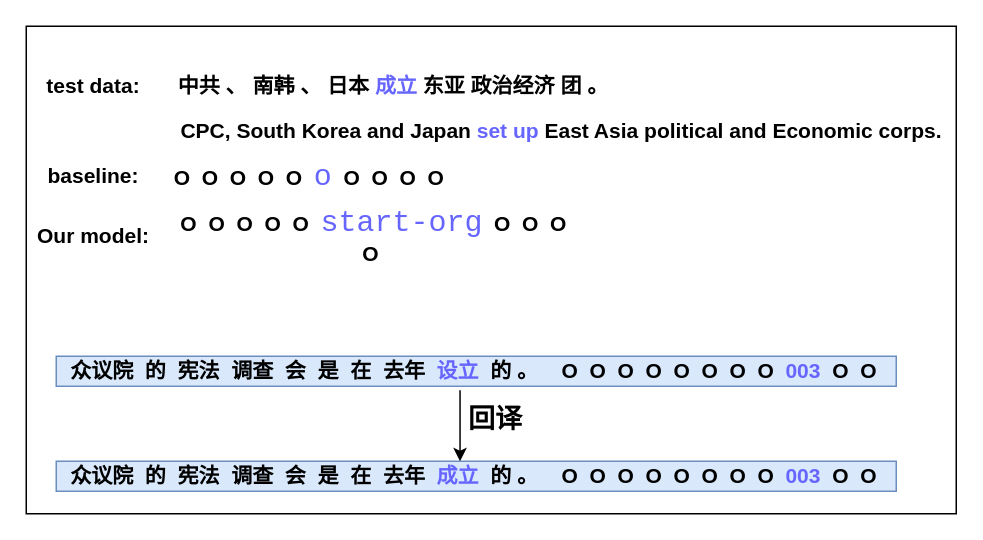
The draw.io diagram text_trigger.drawio in gitofding/first_repository, before the edit. Source tidied: cells renumbered, new cells numbered last; positions are measured from the earlier drawing's top-left corner, leaving out a move shared by most shapes. Both pictures are drawn from the tidied source at 150%, with x=0, y=0 at pixel (26, 26).
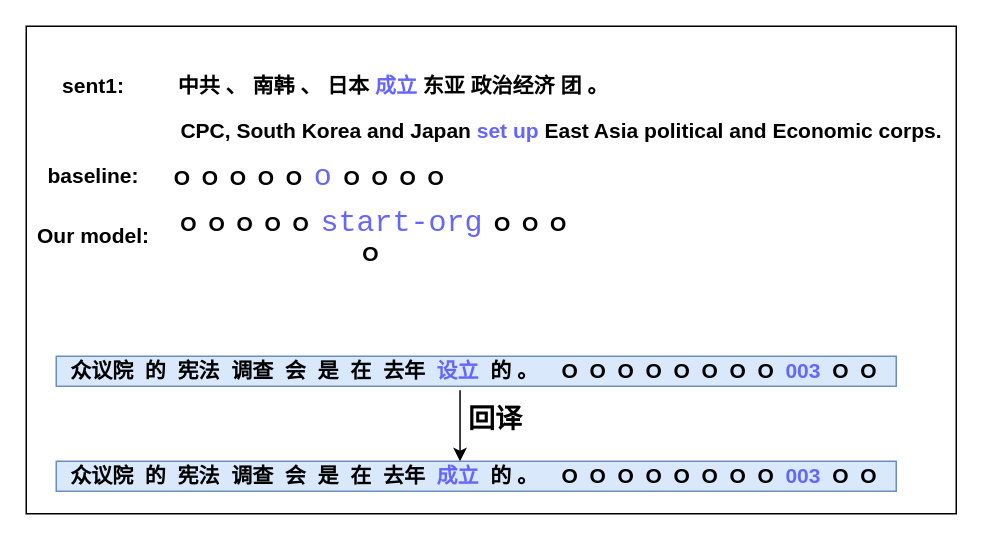
The same page after the edit.

Diff of the diagram source:
```diff
@@
 <mxGraphModel>
   <root>
     <mxCell id="0" />
     <mxCell id="1" parent="0" />
     <mxCell id="2" style="rounded=0;whiteSpace=wrap;html=1;" parent="1" vertex="1">
       <mxGeometry width="620" height="325" as="geometry" />
     </mxCell>
     <mxCell id="3" value="&lt;span style=&quot;font-size: 14px&quot;&gt;&lt;b&gt;中共 、 南韩 、 日本 &lt;font color=&quot;#6666ff&quot; style=&quot;background-color: rgb(255 , 255 , 255)&quot;&gt;成立&lt;/font&gt; 东亚 政治经济 团 。&lt;span&gt; &lt;/span&gt;&lt;/b&gt;&lt;/span&gt;" style="text;html=1;align=center;verticalAlign=middle;whiteSpace=wrap;rounded=0;" parent="1" vertex="1">
       <mxGeometry x="100" y="30" width="290" height="20" as="geometry" />
     </mxCell>
     <mxCell id="4" value="&lt;b style=&quot;font-size: 14px&quot;&gt;&lt;span&gt;&amp;nbsp;&lt;/span&gt;&amp;nbsp;O&amp;nbsp; O&amp;nbsp; O&amp;nbsp; O&amp;nbsp; O&amp;nbsp; &lt;/b&gt;&lt;font face=&quot;consolas, monospace&quot; color=&quot;#6666ff&quot;&gt;&lt;span style=&quot;font-size: 20px ; background-color: rgb(255 , 255 , 255)&quot;&gt;o&lt;/span&gt;&lt;/font&gt;&lt;b style=&quot;font-size: 14px&quot;&gt;&amp;nbsp; O&amp;nbsp; O&amp;nbsp; O&amp;nbsp; O&lt;/b&gt;" style="text;html=1;align=center;verticalAlign=middle;whiteSpace=wrap;rounded=0;" parent="1" vertex="1">
       <mxGeometry x="90" y="90" width="190" height="20" as="geometry" />
     </mxCell>
     <mxCell id="5" value="&lt;span style=&quot;font-size: 14px&quot;&gt;&lt;b&gt;&lt;span&gt;&amp;nbsp;&lt;/span&gt;&amp;nbsp;O&amp;nbsp; O&amp;nbsp; O&amp;nbsp; O&amp;nbsp; O&amp;nbsp;&amp;nbsp;&lt;/b&gt;&lt;/span&gt;&lt;span style=&quot;background-color: rgb(255 , 255 , 255) ; font-family: &amp;#34;consolas&amp;#34; , monospace ; font-size: 15pt&quot;&gt;&lt;font color=&quot;#6666ff&quot;&gt;start-org&lt;/font&gt;&lt;/span&gt;&lt;b style=&quot;font-size: 14px&quot;&gt;&amp;nbsp; O&amp;nbsp; O&amp;nbsp; O&amp;nbsp; O&lt;/b&gt;" style="text;html=1;align=center;verticalAlign=middle;whiteSpace=wrap;rounded=0;" parent="1" vertex="1">
       <mxGeometry x="90" y="130" width="280" height="20" as="geometry" />
     </mxCell>
     <mxCell id="6" value="&lt;b style=&quot;font-size: 14px&quot;&gt;众议院&amp;nbsp; 的&amp;nbsp; 宪法&amp;nbsp; 调查&amp;nbsp; 会&amp;nbsp; 是&amp;nbsp; 在&amp;nbsp; 去年&amp;nbsp; &lt;font color=&quot;#6666ff&quot;&gt;成立&amp;nbsp;&lt;/font&gt; 的 。&amp;nbsp;&amp;nbsp;&amp;nbsp; O&amp;nbsp; O&amp;nbsp; O&amp;nbsp; O&amp;nbsp; O&amp;nbsp; O&amp;nbsp; O&amp;nbsp; O&amp;nbsp;&amp;nbsp;&lt;font color=&quot;#6666ff&quot;&gt;003&amp;nbsp;&lt;/font&gt; O&amp;nbsp; O&amp;nbsp;&lt;/b&gt;" style="text;html=1;align=center;verticalAlign=middle;strokeColor=#6c8ebf;fillColor=#dae8fc;" parent="1" vertex="1">
       <mxGeometry x="20" y="290" width="560" height="20" as="geometry" />
     </mxCell>
     <mxCell id="7" value="&lt;b style=&quot;font-size: 14px&quot;&gt;众议院&amp;nbsp; 的&amp;nbsp; 宪法&amp;nbsp; 调查&amp;nbsp; 会&amp;nbsp; 是&amp;nbsp; 在&amp;nbsp; 去年&amp;nbsp; &lt;font color=&quot;#6666ff&quot;&gt;设立&amp;nbsp;&lt;/font&gt; 的 。&amp;nbsp;&amp;nbsp;&amp;nbsp; O&amp;nbsp; O&amp;nbsp; O&amp;nbsp; O&amp;nbsp; O&amp;nbsp; O&amp;nbsp; O&amp;nbsp; O&amp;nbsp;&amp;nbsp;&lt;font color=&quot;#6666ff&quot;&gt;003&amp;nbsp;&lt;/font&gt; O&amp;nbsp; O&amp;nbsp;&lt;/b&gt;" style="text;html=1;align=center;verticalAlign=middle;strokeColor=#6c8ebf;fillColor=#dae8fc;" parent="1" vertex="1">
       <mxGeometry x="20" y="220" width="560" height="20" as="geometry" />
     </mxCell>
     <mxCell id="8" value="&lt;font style=&quot;font-size: 14px&quot;&gt;&lt;b&gt;baseline:&lt;/b&gt;&lt;/font&gt;" style="text;html=1;strokeColor=none;fillColor=none;align=center;verticalAlign=middle;whiteSpace=wrap;rounded=0;" parent="1" vertex="1">
       <mxGeometry x="10" y="90" width="70" height="20" as="geometry" />
     </mxCell>
     <mxCell id="9" value="&lt;font style=&quot;font-size: 14px&quot;&gt;&lt;b&gt;Our model:&lt;/b&gt;&lt;/font&gt;" style="text;html=1;strokeColor=none;fillColor=none;align=center;verticalAlign=middle;whiteSpace=wrap;rounded=0;" parent="1" vertex="1">
       <mxGeometry x="5" y="122.5" width="80" height="35" as="geometry" />
     </mxCell>
     <mxCell id="10" style="endArrow=classic;html=1;exitX=0.461;exitY=1.13;exitDx=0;exitDy=0;exitPerimeter=0;entryX=0.461;entryY=0;entryDx=0;entryDy=0;entryPerimeter=0;" parent="1" edge="1">
       <mxGeometry relative="1" as="geometry">
         <mxPoint x="289.2" y="242.6" as="sourcePoint" />
         <mxPoint x="289.2" y="290" as="targetPoint" />
       </mxGeometry>
     </mxCell>
     <mxCell id="11" value="&lt;font style=&quot;font-size: 18px&quot;&gt;&lt;b&gt;回译&lt;/b&gt;&lt;/font&gt;" style="text;html=1;align=center;verticalAlign=middle;whiteSpace=wrap;rounded=0;" parent="1" vertex="1">
       <mxGeometry x="293" y="252" width="40" height="20" as="geometry" />
     </mxCell>
-    <mxCell id="12" value="&lt;font style=&quot;font-size: 14px&quot;&gt;&lt;b&gt;test data:&lt;/b&gt;&lt;/font&gt;" style="text;html=1;strokeColor=none;fillColor=none;align=center;verticalAlign=middle;whiteSpace=wrap;rounded=0;" parent="1" vertex="1">
+    <mxCell id="12" value="&lt;font style=&quot;font-size: 14px&quot;&gt;&lt;b&gt;sent1:&lt;/b&gt;&lt;/font&gt;" style="text;html=1;strokeColor=none;fillColor=none;align=center;verticalAlign=middle;whiteSpace=wrap;rounded=0;" parent="1" vertex="1">
       <mxGeometry x="10" y="30" width="70" height="20" as="geometry" />
     </mxCell>
     <mxCell id="13" value="&lt;font style=&quot;font-size: 14px&quot;&gt;&lt;b&gt;CPC, South Korea and Japan &lt;font color=&quot;#6666ff&quot;&gt;set up&lt;/font&gt; East Asia political and Economic corps.&lt;/b&gt;&lt;/font&gt;" style="text;html=1;strokeColor=none;fillColor=none;align=center;verticalAlign=middle;whiteSpace=wrap;rounded=0;" parent="1" vertex="1">
       <mxGeometry x="100" y="60" width="513.5" height="20" as="geometry" />
     </mxCell>
   </root>
 </mxGraphModel>
```
